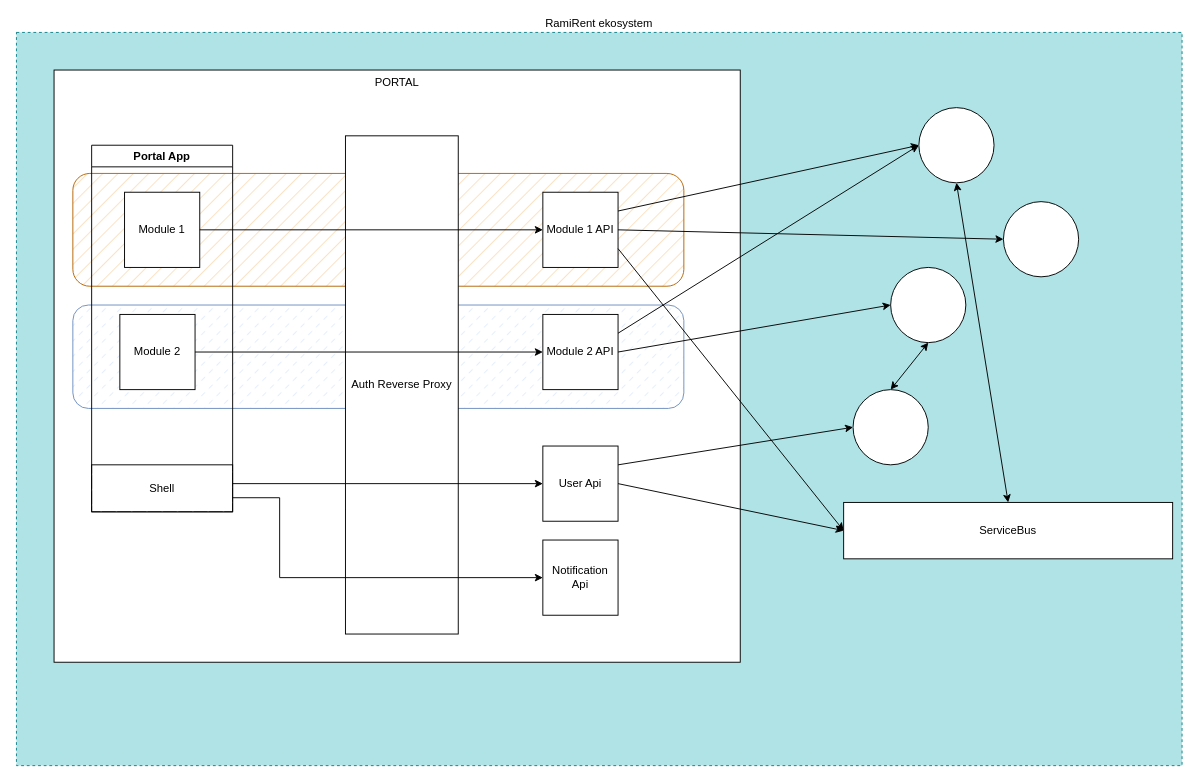
This is portal.drawio from simonlevinsson-spinit/portal-starter, a draw.io file, before an edit. Source tidied: cells renumbered, new cells numbered last; positions are measured from the earlier drawing's top-left corner, leaving out a move shared by most shapes. Both pictures are drawn from the tidied source at 94%, with x=0, y=0 at pixel (16, 32).
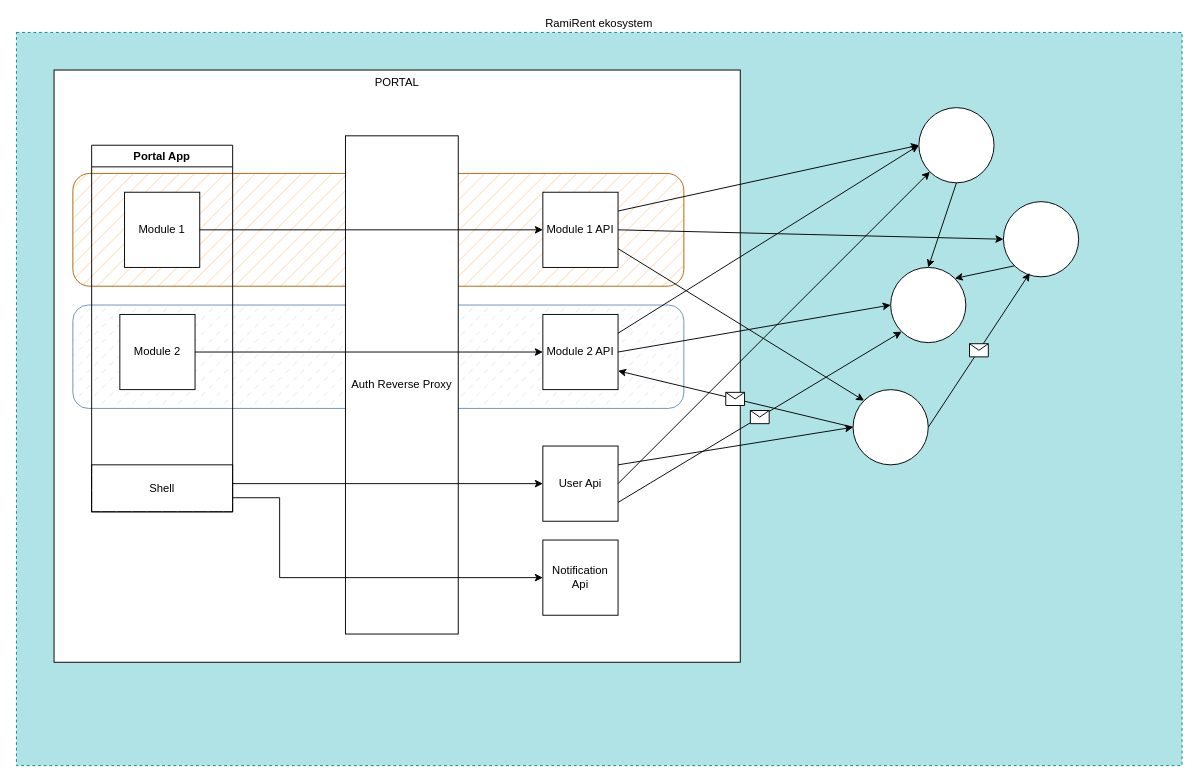
The same diagram, later.

The change refers to these unchanged cells:
```xml
<mxCell id="10" value="Module 1 API" style="whiteSpace=wrap;html=1;" parent="1" vertex="1">
  <mxGeometry x="560" y="170" width="80" height="80" as="geometry" />
</mxCell>
<mxCell id="11" value="Module 2 API" style="whiteSpace=wrap;html=1;" parent="1" vertex="1">
  <mxGeometry x="560" y="300" width="80" height="80" as="geometry" />
</mxCell>
<mxCell id="14" value="User Api" style="whiteSpace=wrap;html=1;" parent="1" vertex="1">
  <mxGeometry x="560" y="440" width="80" height="80" as="geometry" />
</mxCell>
<mxCell id="20" style="ellipse;whiteSpace=wrap;html=1;fillStyle=auto;" parent="1" vertex="1">
  <mxGeometry x="960" y="80" width="80" height="80" as="geometry" />
</mxCell>
<mxCell id="21" style="ellipse;whiteSpace=wrap;html=1;fillStyle=auto;" parent="1" vertex="1">
  <mxGeometry x="1050" y="180" width="80" height="80" as="geometry" />
</mxCell>
<mxCell id="29" style="ellipse;whiteSpace=wrap;html=1;fillStyle=auto;" parent="1" vertex="1">
  <mxGeometry x="890" y="380" width="80" height="80" as="geometry" />
</mxCell>
<mxCell id="33" style="ellipse;whiteSpace=wrap;html=1;fillStyle=auto;" parent="1" vertex="1">
  <mxGeometry x="930" y="250" width="80" height="80" as="geometry" />
</mxCell>
```

Change to the diagram source:
```diff
@@
-    <mxCell id="22" value="ServiceBus" style="rounded=0;whiteSpace=wrap;html=1;fillStyle=auto;gradientColor=none;" parent="1" vertex="1">
-      <mxGeometry x="880" y="500" width="350" height="60" as="geometry" />
-    </mxCell>
-    <mxCell id="23" style="endArrow=classic;html=1;rounded=0;exitX=1;exitY=0.75;exitDx=0;exitDy=0;entryX=0;entryY=0.5;entryDx=0;entryDy=0;" parent="1" edge="1" source="10" target="22">
+    <mxCell id="23" style="endArrow=classic;html=1;rounded=0;exitX=1;exitY=0.75;exitDx=0;exitDy=0;entryX=0;entryY=0;entryDx=0;entryDy=0;" parent="1" edge="1" source="10" target="29">
       <mxGeometry relative="1" as="geometry" />
     </mxCell>
@@
-    <mxCell id="28" style="endArrow=classic;html=1;rounded=0;exitX=1;exitY=0.5;exitDx=0;exitDy=0;entryX=0;entryY=0.5;entryDx=0;entryDy=0;" parent="1" edge="1" source="14" target="22">
+    <mxCell id="28" style="endArrow=classic;html=1;rounded=0;exitX=1;exitY=0.5;exitDx=0;exitDy=0;" parent="1" edge="1" source="14" target="20">
       <mxGeometry relative="1" as="geometry" />
     </mxCell>
@@
-    <mxCell id="31" style="endArrow=classic;startArrow=classic;html=1;rounded=0;exitX=0.5;exitY=0;exitDx=0;exitDy=0;entryX=0.5;entryY=1;entryDx=0;entryDy=0;" parent="1" edge="1" source="29" target="33">
-      <mxGeometry relative="1" as="geometry" />
-    </mxCell>
-    <mxCell id="32" style="endArrow=classic;startArrow=classic;html=1;rounded=0;exitX=0.5;exitY=0;exitDx=0;exitDy=0;entryX=0.5;entryY=1;entryDx=0;entryDy=0;" parent="1" edge="1" source="22" target="20">
-      <mxGeometry relative="1" as="geometry" />
-    </mxCell>
@@
+    <mxCell id="34" style="endArrow=classic;html=1;rounded=0;exitX=1;exitY=0.5;exitDx=0;exitDy=0;entryX=0.35;entryY=0.95;entryDx=0;entryDy=0;entryPerimeter=0;" parent="1" edge="1" source="29" target="21">
+      <mxGeometry relative="1" as="geometry" />
+    </mxCell>
+    <mxCell id="35" style="shape=message;html=1;" parent="34" vertex="1">
+      <mxGeometry width="20" height="14" relative="1" as="geometry">
+        <mxPoint x="-10" y="-7" as="offset" />
+      </mxGeometry>
+    </mxCell>
+    <mxCell id="36" style="endArrow=classic;html=1;rounded=0;entryX=1;entryY=0.75;entryDx=0;entryDy=0;exitX=0;exitY=0.5;exitDx=0;exitDy=0;" parent="1" edge="1" source="29" target="11">
+      <mxGeometry relative="1" as="geometry" />
+    </mxCell>
+    <mxCell id="37" style="shape=message;html=1;" parent="36" vertex="1">
+      <mxGeometry width="20" height="14" relative="1" as="geometry">
+        <mxPoint x="-10" y="-7" as="offset" />
+      </mxGeometry>
+    </mxCell>
+    <mxCell id="38" style="endArrow=classic;html=1;rounded=0;exitX=1;exitY=0.75;exitDx=0;exitDy=0;entryX=0;entryY=1;entryDx=0;entryDy=0;" parent="1" edge="1" source="14" target="33">
+      <mxGeometry relative="1" as="geometry" />
+    </mxCell>
+    <mxCell id="39" style="shape=message;html=1;" parent="38" vertex="1">
+      <mxGeometry width="20" height="14" relative="1" as="geometry">
+        <mxPoint x="-10" y="-7" as="offset" />
+      </mxGeometry>
+    </mxCell>
+    <mxCell id="40" style="endArrow=classic;html=1;rounded=0;exitX=0.5;exitY=1;exitDx=0;exitDy=0;entryX=0.5;entryY=0;entryDx=0;entryDy=0;" parent="1" edge="1" source="20" target="33">
+      <mxGeometry relative="1" as="geometry" />
+    </mxCell>
+    <mxCell id="41" style="endArrow=classic;html=1;rounded=0;exitX=0;exitY=1;exitDx=0;exitDy=0;entryX=1;entryY=0;entryDx=0;entryDy=0;" parent="1" edge="1" source="21" target="33">
+      <mxGeometry relative="1" as="geometry" />
+    </mxCell>
```
